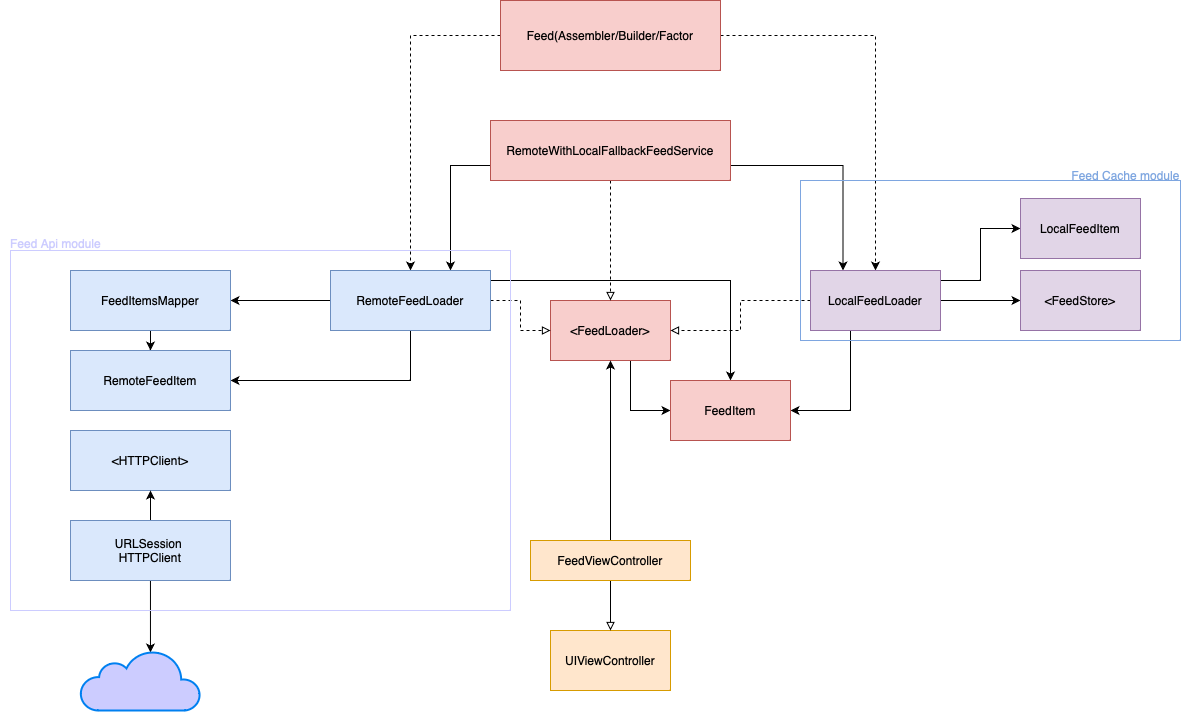
Before: Diagrams/Feed Module Diagram.drawio.png, a diagram exported from draw.io (Galih94/EssentialFeed). Source tidied: cells renumbered, new cells last; positions are measured from the earlier drawing's top-left corner, leaving out a move shared by most shapes.
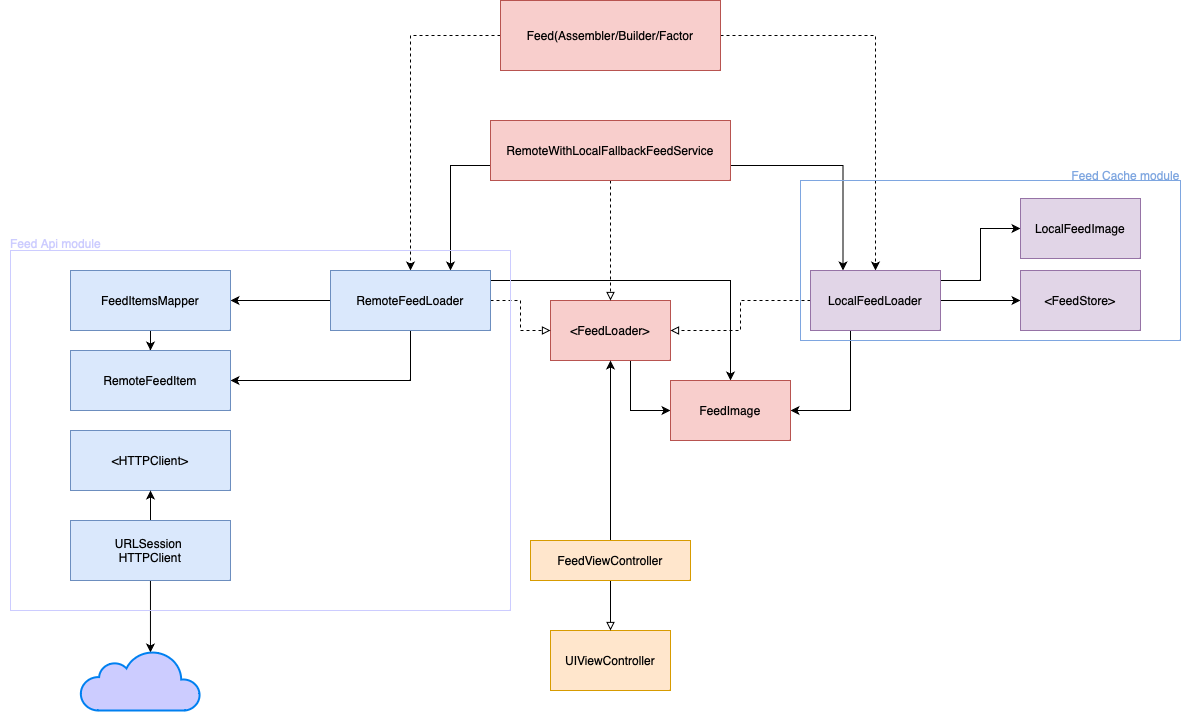
The same diagram one commit later.

Commit message:
feat(Diagrams): update LocalFeedItem into LocalFeedImages and FeedItem into FeedImage

What changed in the source:
```diff
@@ -135,10 +135,10 @@
     <mxCell id="37" value="RemoteFeedItem" style="rounded=0;whiteSpace=wrap;html=1;fillColor=#dae8fc;strokeColor=#6c8ebf;" parent="1" vertex="1">
       <mxGeometry x="70" y="350" width="160" height="60" as="geometry" />
     </mxCell>
-    <mxCell id="38" value="FeedItem&lt;br&gt;" style="rounded=0;whiteSpace=wrap;html=1;fillColor=#f8cecc;strokeColor=#b85450;" parent="1" vertex="1">
+    <mxCell id="38" value="FeedImage" style="rounded=0;whiteSpace=wrap;html=1;fillColor=#f8cecc;strokeColor=#b85450;" parent="1" vertex="1">
       <mxGeometry x="670" y="380" width="120" height="60" as="geometry" />
     </mxCell>
-    <mxCell id="39" value="LocalFeedItem" style="rounded=0;whiteSpace=wrap;html=1;fillColor=#e1d5e7;strokeColor=#9673a6;" parent="1" vertex="1">
+    <mxCell id="39" value="LocalFeedImage" style="rounded=0;whiteSpace=wrap;html=1;fillColor=#e1d5e7;strokeColor=#9673a6;" parent="1" vertex="1">
       <mxGeometry x="1020" y="198" width="120" height="60" as="geometry" />
     </mxCell>
   </root>
```
